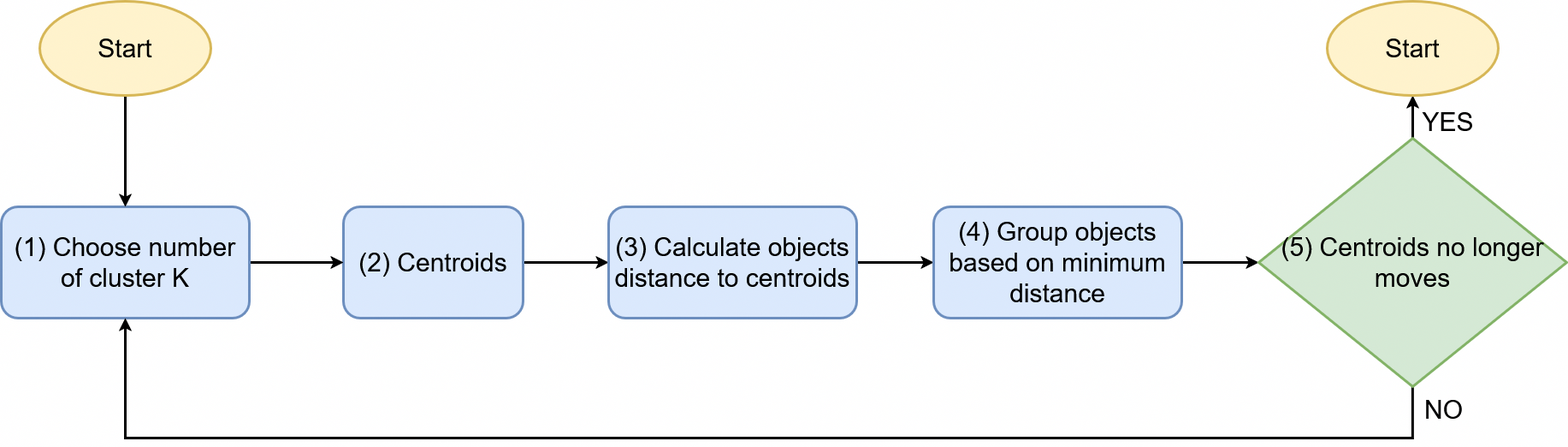
Above: definition/images/clusters/k-means/workflow/K-Means_flow.png in cristianlepore/Self-Sovereign-Identity (draw.io), before the change. Source tidied: cells renumbered, new cells last; positions are measured from the earlier drawing's top-left corner, leaving out a move shared by most shapes.
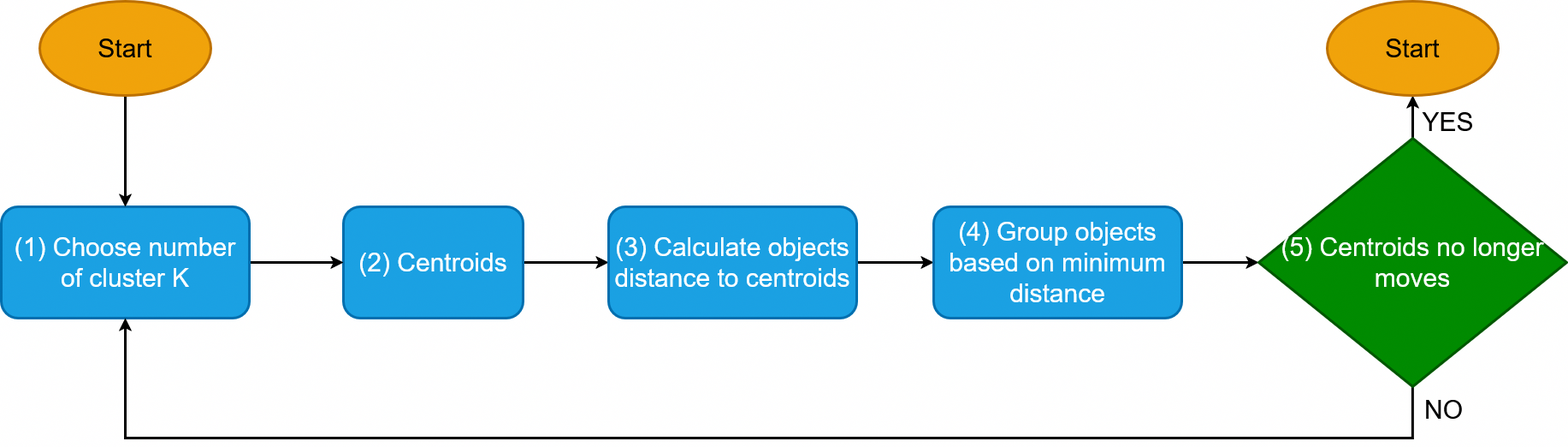
After the commit.

Diff of the diagram source:
```diff
@@ -5,25 +5,25 @@
     <mxCell id="2" style="edgeStyle=orthogonalEdgeStyle;rounded=0;jettySize=auto;html=1;entryX=0;entryY=0.5;entryDx=0;entryDy=0;strokeWidth=3;" parent="1" edge="1" source="3" target="7">
       <mxGeometry relative="1" as="geometry" />
     </mxCell>
-    <mxCell id="3" value="&lt;font style=&quot;font-size: 30px;&quot;&gt;(2) Centroids&lt;/font&gt;" style="rounded=1;whiteSpace=wrap;html=1;fillColor=#dae8fc;strokeWidth=3;strokeColor=#6c8ebf;" parent="1" vertex="1">
+    <mxCell id="3" value="&lt;font style=&quot;font-size: 30px;&quot;&gt;(2) Centroids&lt;/font&gt;" style="rounded=1;whiteSpace=wrap;html=1;fillColor=#1ba1e2;strokeWidth=3;strokeColor=#006EAF;fontColor=#ffffff;" parent="1" vertex="1">
       <mxGeometry x="400" y="240" width="210" height="130" as="geometry" />
     </mxCell>
     <mxCell id="4" style="edgeStyle=orthogonalEdgeStyle;rounded=0;jettySize=auto;html=1;entryX=0;entryY=0.5;entryDx=0;entryDy=0;strokeWidth=3;" parent="1" edge="1" source="5" target="3">
       <mxGeometry relative="1" as="geometry" />
     </mxCell>
-    <mxCell id="5" value="&lt;font style=&quot;font-size: 30px;&quot;&gt;(1) Choose number of cluster K&lt;/font&gt;" style="rounded=1;whiteSpace=wrap;html=1;fillColor=#dae8fc;strokeWidth=3;strokeColor=#6c8ebf;" parent="1" vertex="1">
+    <mxCell id="5" value="&lt;font style=&quot;font-size: 30px;&quot;&gt;(1) Choose number of cluster K&lt;/font&gt;" style="rounded=1;whiteSpace=wrap;html=1;fillColor=#1ba1e2;strokeWidth=3;strokeColor=#006EAF;fontColor=#ffffff;" parent="1" vertex="1">
       <mxGeometry y="240" width="290" height="130" as="geometry" />
     </mxCell>
     <mxCell id="6" style="edgeStyle=orthogonalEdgeStyle;rounded=0;jettySize=auto;html=1;entryX=0;entryY=0.5;entryDx=0;entryDy=0;strokeWidth=3;" parent="1" edge="1" source="7" target="9">
       <mxGeometry relative="1" as="geometry" />
     </mxCell>
-    <mxCell id="7" value="&lt;font style=&quot;font-size: 30px;&quot;&gt;(3) Calculate objects distance to centroids&lt;/font&gt;" style="rounded=1;whiteSpace=wrap;html=1;fillColor=#dae8fc;strokeWidth=3;strokeColor=#6c8ebf;" parent="1" vertex="1">
+    <mxCell id="7" value="&lt;font style=&quot;font-size: 30px;&quot;&gt;(3) Calculate objects distance to centroids&lt;/font&gt;" style="rounded=1;whiteSpace=wrap;html=1;fillColor=#1ba1e2;strokeWidth=3;strokeColor=#006EAF;fontColor=#ffffff;" parent="1" vertex="1">
       <mxGeometry x="710" y="240" width="290" height="130" as="geometry" />
     </mxCell>
     <mxCell id="8" style="edgeStyle=orthogonalEdgeStyle;rounded=0;jettySize=auto;html=1;entryX=0;entryY=0.5;entryDx=0;entryDy=0;strokeWidth=3;" parent="1" edge="1" source="9" target="13">
       <mxGeometry relative="1" as="geometry" />
     </mxCell>
-    <mxCell id="9" value="&lt;font style=&quot;font-size: 30px;&quot;&gt;(4) Group objects based on minimum distance&lt;/font&gt;" style="rounded=1;whiteSpace=wrap;html=1;fillColor=#dae8fc;strokeWidth=3;strokeColor=#6c8ebf;" parent="1" vertex="1">
+    <mxCell id="9" value="&lt;font style=&quot;font-size: 30px;&quot;&gt;(4) Group objects based on minimum distance&lt;/font&gt;" style="rounded=1;whiteSpace=wrap;html=1;fillColor=#1ba1e2;strokeWidth=3;strokeColor=#006EAF;fontColor=#ffffff;" parent="1" vertex="1">
       <mxGeometry x="1090" y="240" width="290" height="130" as="geometry" />
     </mxCell>
     <mxCell id="10" style="edgeStyle=orthogonalEdgeStyle;rounded=0;jettySize=auto;html=1;entryX=0.5;entryY=1;entryDx=0;entryDy=0;strokeWidth=3;" parent="1" edge="1" source="13" target="16">
@@ -42,16 +42,16 @@
         </Array>
       </mxGeometry>
     </mxCell>
-    <mxCell id="13" value="&lt;font style=&quot;font-size: 30px;&quot;&gt;(5) Centroids no longer moves&lt;/font&gt;" style="rhombus;whiteSpace=wrap;html=1;strokeWidth=3;fillColor=#d5e8d4;strokeColor=#82b366;" parent="1" vertex="1">
+    <mxCell id="13" value="&lt;font style=&quot;font-size: 30px;&quot;&gt;(5) Centroids no longer moves&lt;/font&gt;" style="rhombus;whiteSpace=wrap;html=1;strokeWidth=3;fillColor=#008a00;strokeColor=#005700;fontColor=#ffffff;" parent="1" vertex="1">
       <mxGeometry x="1470" y="160" width="360" height="290" as="geometry" />
     </mxCell>
     <mxCell id="14" style="edgeStyle=orthogonalEdgeStyle;rounded=0;jettySize=auto;html=1;entryX=0.5;entryY=0;entryDx=0;entryDy=0;strokeWidth=3;" parent="1" edge="1" source="15" target="5">
       <mxGeometry relative="1" as="geometry" />
     </mxCell>
-    <mxCell id="15" value="&lt;font style=&quot;font-size: 30px;&quot;&gt;Start&lt;/font&gt;" style="ellipse;whiteSpace=wrap;html=1;fillColor=#fff2cc;strokeWidth=3;strokeColor=#d6b656;" parent="1" vertex="1">
+    <mxCell id="15" value="&lt;font style=&quot;font-size: 30px;&quot;&gt;Start&lt;/font&gt;" style="ellipse;whiteSpace=wrap;html=1;fillColor=#f0a30a;strokeWidth=3;strokeColor=#BD7000;fontColor=#000000;" parent="1" vertex="1">
       <mxGeometry x="45" width="200" height="110" as="geometry" />
     </mxCell>
-    <mxCell id="16" value="&lt;font style=&quot;font-size: 30px;&quot;&gt;Start&lt;/font&gt;" style="ellipse;whiteSpace=wrap;html=1;fillColor=#fff2cc;strokeWidth=3;strokeColor=#d6b656;" parent="1" vertex="1">
+    <mxCell id="16" value="&lt;font style=&quot;font-size: 30px;&quot;&gt;Start&lt;/font&gt;" style="ellipse;whiteSpace=wrap;html=1;fillColor=#f0a30a;strokeWidth=3;strokeColor=#BD7000;fontColor=#000000;" parent="1" vertex="1">
       <mxGeometry x="1550" width="200" height="110" as="geometry" />
     </mxCell>
     <mxCell id="17" value="&lt;font style=&quot;font-size: 30px;&quot;&gt;NO&lt;/font&gt;" style="edgeLabel;html=1;align=center;verticalAlign=middle;" parent="1" vertex="1">
```
